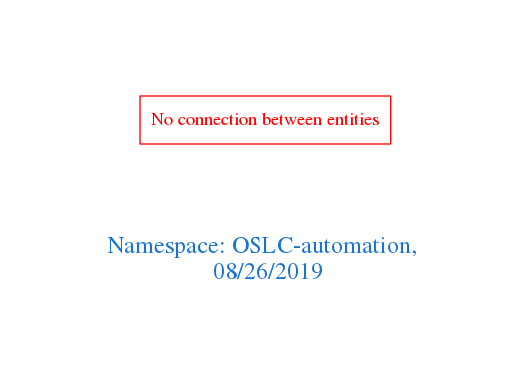
Earlier version of the Graphviz export downloads/OSLC-automation.png (arago/OGIT). Its source is kept beside it as downloads/OSLC-automation.dot.
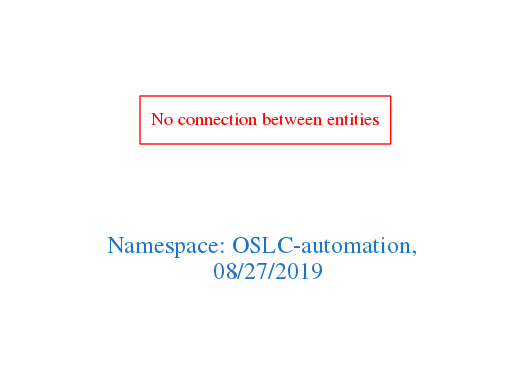
Later version of the same file.

What changed in the source:
```diff
@@ -1,7 +1,7 @@
 digraph OGIT_ontology {
  graph [ rankdir= LR,pad=1
 fontsize = 18,
-fontcolor= dodgerblue3,label = "\n\n\nNamespace: OSLC-automation, \n 08/26/2019"];
+fontcolor= dodgerblue3,label = "\n\n\nNamespace: OSLC-automation, \n 08/27/2019"];
 node[shape=polygon];
 edge [  color="gray81"];
 
```
